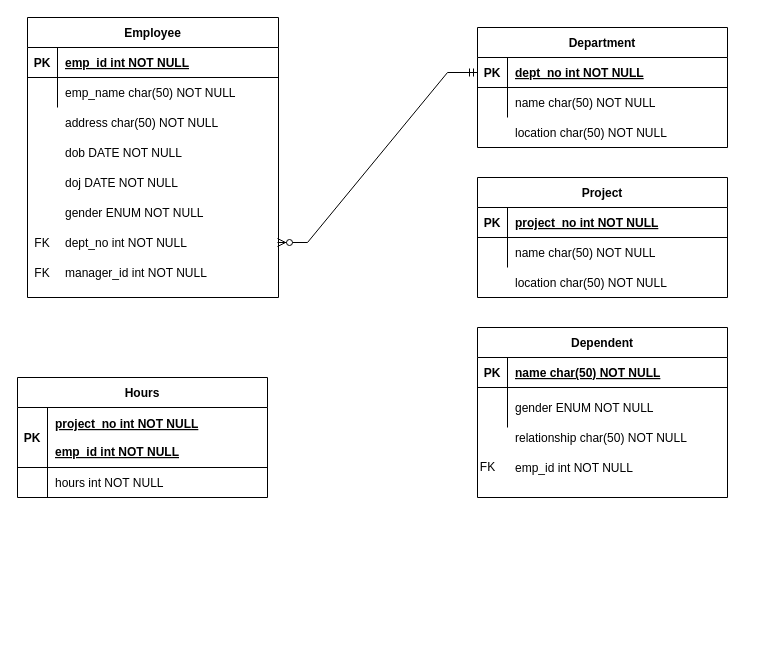
Above: ER_Diagrams/EmployeeManagement.drawio in sankarsh98/employee_management (draw.io), before the change. Source tidied: cells renumbered, new cells numbered last; positions are measured from the earlier drawing's top-left corner, leaving out a move shared by most shapes. Both pictures are drawn from the tidied source at 100%, with x=0, y=0 at pixel (17, 17).
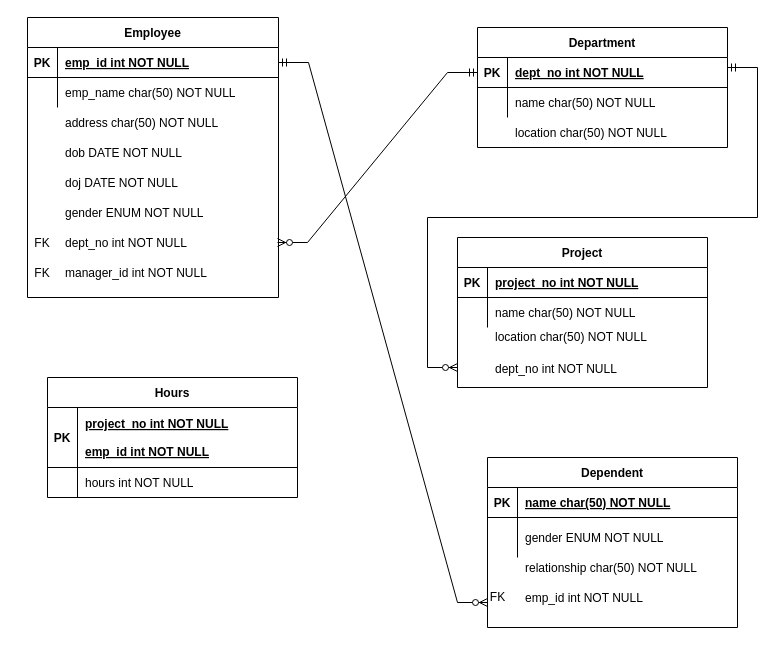
The same diagram, later.

Unchanged cells that the change refers to:
```xml
<mxCell id="33" style="shape=partialRectangle;fillColor=none;points=[[0,0.5],[1,0.5]];portConstraint=eastwest;top=0;left=0;right=0;bottom=1;" parent="32" vertex="1">
  <mxGeometry y="30" width="251" height="30" as="geometry" />
</mxCell>
```

The edit, as a diff of the source:
```diff
@@
     <mxCell id="11" style="group;" parent="1" vertex="1">
-      <mxGeometry x="460" y="160" width="250" height="120" as="geometry" />
+      <mxGeometry x="440" y="220" width="250" height="150" as="geometry" />
     </mxCell>
     <mxCell id="12" value="Project" style="shape=table;startSize=30;childLayout=tableLayout;rowLines=0;fontStyle=1;align=center;" parent="11" vertex="1">
-      <mxGeometry width="250" height="120" as="geometry" />
+      <mxGeometry width="250" height="150" as="geometry" />
     </mxCell>
@@
-    <mxCell id="19" value="location char(50) NOT NULL" style="shape=partialRectangle;overflow=hidden;fillColor=none;top=0;left=0;bottom=0;right=0;align=left;spacingLeft=6;" parent="11" vertex="1">
-      <mxGeometry x="30" y="90" width="220" height="30" as="geometry" />
+    <mxCell id="19" value="dept_no int NOT NULL" style="shape=partialRectangle;overflow=hidden;fillColor=none;top=0;left=0;bottom=0;right=0;align=left;spacingLeft=6;" parent="11" vertex="1">
+      <mxGeometry x="30" y="112.5" width="220" height="37.5" as="geometry" />
     </mxCell>
+    <mxCell id="67" value="location char(50) NOT NULL" style="shape=partialRectangle;overflow=hidden;fillColor=none;top=0;left=0;bottom=0;right=0;align=left;spacingLeft=6;" parent="11" vertex="1">
+      <mxGeometry x="30" y="80" width="220" height="37.5" as="geometry" />
+    </mxCell>
     <mxCell id="20" style="group;" parent="1" vertex="1">
-      <mxGeometry x="460" y="310" width="250" height="160" as="geometry" />
+      <mxGeometry x="470" y="440" width="250" height="160" as="geometry" />
     </mxCell>
-    <mxCell id="21" value="Dependent" style="shape=table;startSize=30;childLayout=tableLayout;rowLines=0;fontStyle=1;align=center;" parent="20" vertex="1">
+    <mxCell id="21" value="Dependent" style="shape=table;startSize=30;childLayout=tableLayout;rowLines=0;fontStyle=1;align=center;columnLines=1;" parent="20" vertex="1">
       <mxGeometry width="250" height="170" as="geometry" />
     </mxCell>
@@
+    <mxCell id="68" style="edgeStyle=entityRelationEdgeStyle;fontSize=12;html=1;endArrow=ERzeroToMany;startArrow=ERmandOne;rounded=0;exitX=1;exitY=0.5;exitDx=0;exitDy=0;" parent="20" edge="1" source="33">
+      <mxGeometry relative="1" as="geometry">
+        <mxPoint y="145" as="targetPoint" />
+        <Array as="points">
+          <mxPoint x="-265" y="70" />
+        </Array>
+      </mxGeometry>
+    </mxCell>
@@
     <mxCell id="58" style="group;" parent="1" vertex="1">
-      <mxGeometry y="360" width="250" height="120" as="geometry" />
+      <mxGeometry x="30" y="360" width="250" height="120" as="geometry" />
     </mxCell>
@@
+    <mxCell id="69" style="edgeStyle=entityRelationEdgeStyle;fontSize=12;html=1;endArrow=ERzeroToMany;startArrow=ERmandOne;rounded=0;exitX=1;exitY=0.5;exitDx=0;exitDy=0;" parent="1" edge="1">
+      <mxGeometry relative="1" as="geometry">
+        <mxPoint x="710" y="50" as="sourcePoint" />
+        <mxPoint x="440" y="350" as="targetPoint" />
+        <Array as="points">
+          <mxPoint x="185" y="370" />
+        </Array>
+      </mxGeometry>
+    </mxCell>
```
